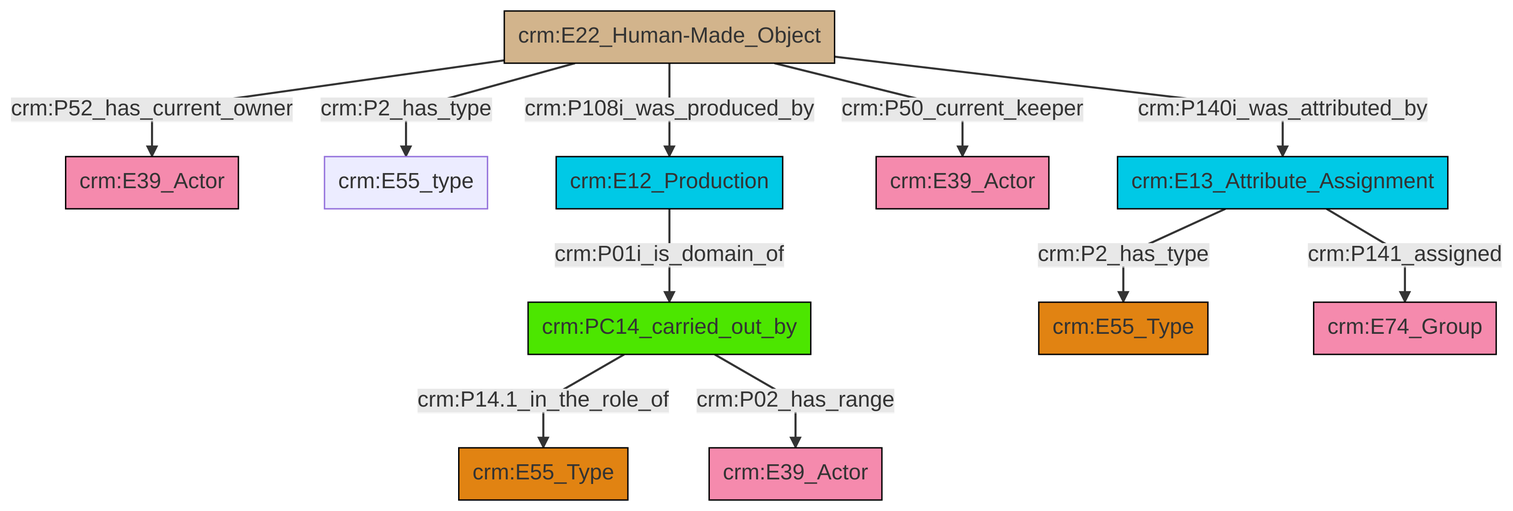
Before: et/artworkCSV/ttl/mmd/png/Artwork_Actor_Relations.png, a diagram exported from Mermaid (swiss-art-research-net/docs.swissartresearch). Its source is kept beside it as et/artworkCSV/ttl/mmd/Artwork_Actor_Relations.ttl.mmd.
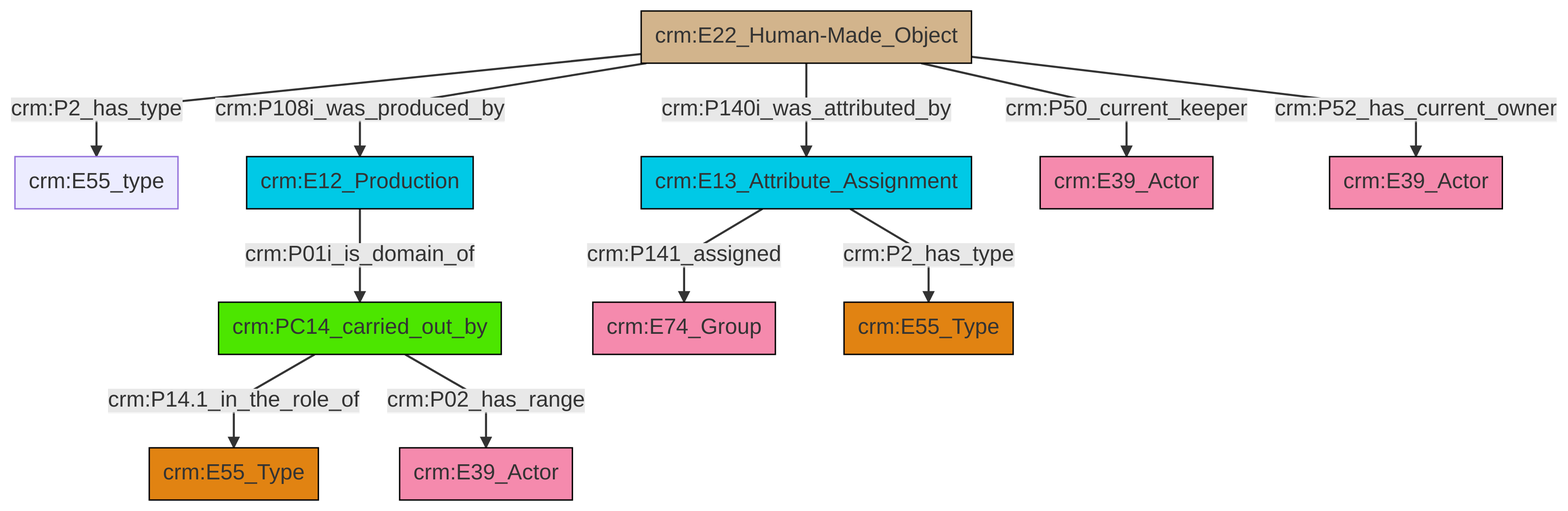
Later version of the same file.

What changed in the source:
```diff
@@ -13,13 +13,13 @@
 classDef PC_Classes fill:#4ce600, stroke:#000000;
 classDef Multi fill:#cccccc,stroke:#000000;
 
-3["crm:PC14_carried_out_by"]:::PC_Classes -->|crm:P14.1_in_the_role_of| 4["crm:E55_Type"]:::Type
-6["crm:E13_Attribute_Assignment"]:::Temporal_Entity -->|crm:P2_has_type| 0["crm:E55_Type"]:::Type
-9["crm:E22_Human-Made_Object"]:::Physical_Thing -->|crm:P52_has_current_owner| 10["crm:E39_Actor"]:::Actor
-9["crm:E22_Human-Made_Object"]:::Physical_Thing -->|crm:P2_has_type| 11["crm:E55_type"]:::Default
-3["crm:PC14_carried_out_by"]:::PC_Classes -->|crm:P02_has_range| 7["crm:E39_Actor"]:::Actor
-9["crm:E22_Human-Made_Object"]:::Physical_Thing -->|crm:P108i_was_produced_by| 13["crm:E12_Production"]:::Temporal_Entity
-13["crm:E12_Production"]:::Temporal_Entity -->|crm:P01i_is_domain_of| 3["crm:PC14_carried_out_by"]:::PC_Classes
-9["crm:E22_Human-Made_Object"]:::Physical_Thing -->|crm:P50_current_keeper| 18["crm:E39_Actor"]:::Actor
-6["crm:E13_Attribute_Assignment"]:::Temporal_Entity -->|crm:P141_assigned| 20["crm:E74_Group"]:::Actor
-9["crm:E22_Human-Made_Object"]:::Physical_Thing -->|crm:P140i_was_attributed_by| 6["crm:E13_Attribute_Assignment"]:::Temporal_Entity
+0["crm:E22_Human-Made_Object"]:::Physical_Thing -->|crm:P2_has_type| 1["crm:E55_type"]:::Default
+2["crm:E13_Attribute_Assignment"]:::Temporal_Entity -->|crm:P141_assigned| 3["crm:E74_Group"]:::Actor
+5["crm:PC14_carried_out_by"]:::PC_Classes -->|crm:P14.1_in_the_role_of| 6["crm:E55_Type"]:::Type
+0["crm:E22_Human-Made_Object"]:::Physical_Thing -->|crm:P108i_was_produced_by| 15["crm:E12_Production"]:::Temporal_Entity
+5["crm:PC14_carried_out_by"]:::PC_Classes -->|crm:P02_has_range| 16["crm:E39_Actor"]:::Actor
+15["crm:E12_Production"]:::Temporal_Entity -->|crm:P01i_is_domain_of| 5["crm:PC14_carried_out_by"]:::PC_Classes
+2["crm:E13_Attribute_Assignment"]:::Temporal_Entity -->|crm:P2_has_type| 7["crm:E55_Type"]:::Type
+0["crm:E22_Human-Made_Object"]:::Physical_Thing -->|crm:P140i_was_attributed_by| 2["crm:E13_Attribute_Assignment"]:::Temporal_Entity
+0["crm:E22_Human-Made_Object"]:::Physical_Thing -->|crm:P50_current_keeper| 20["crm:E39_Actor"]:::Actor
+0["crm:E22_Human-Made_Object"]:::Physical_Thing -->|crm:P52_has_current_owner| 11["crm:E39_Actor"]:::Actor
```
